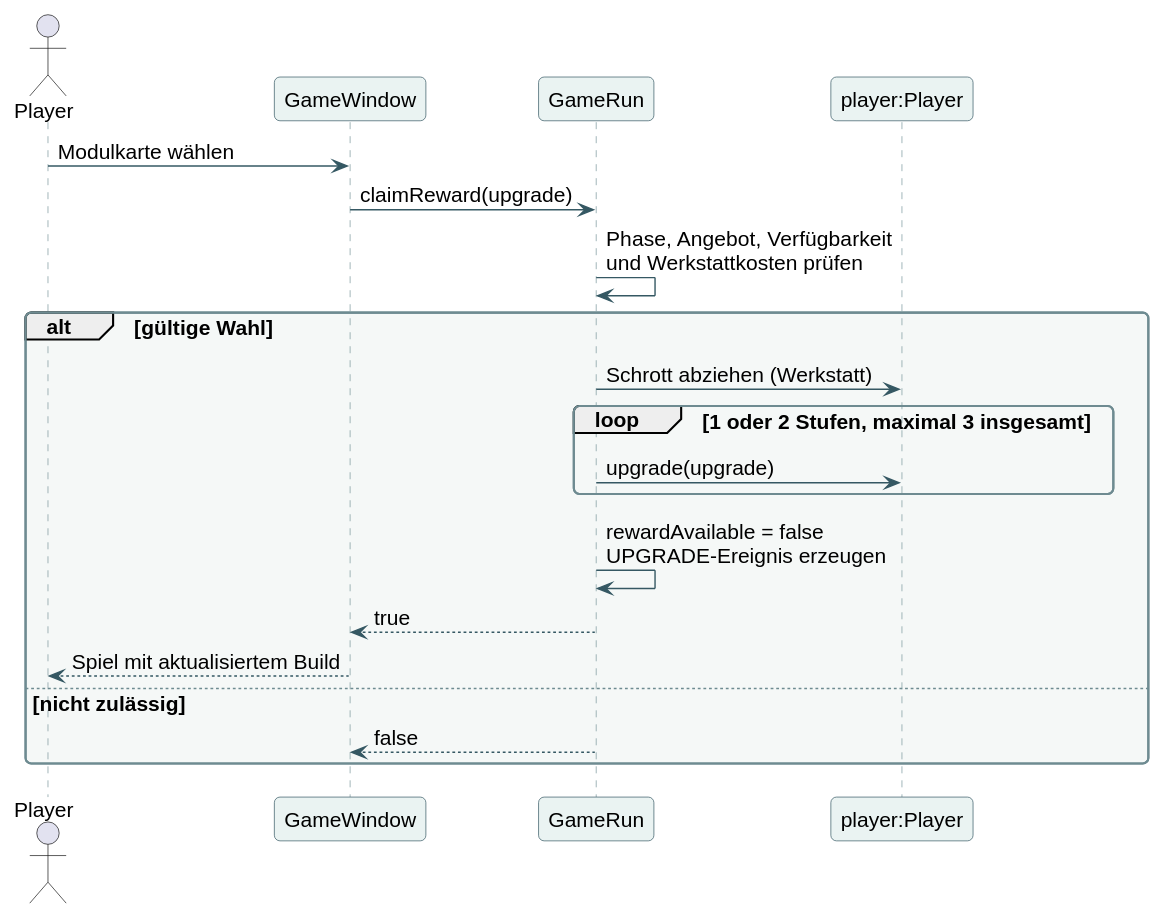
The PlantUML diagram docs/diagrams/08-reward-sequence.svg in bassdav2/abyss, before a commit. The source it was exported from:
```plantuml
@startuml
skinparam backgroundColor #FFFFFF
skinparam defaultFontName Arial
skinparam defaultFontSize 15
skinparam shadowing false
skinparam roundcorner 8
skinparam ArrowColor #355863
skinparam classBackgroundColor #EAF3F2
skinparam classBorderColor #355863
skinparam participantBackgroundColor #EAF3F2
skinparam participantBorderColor #355863
skinparam sequenceLifeLineBorderColor #7A979C
skinparam noteBackgroundColor #FFF2DA
skinparam noteBorderColor #D8AA64
skinparam packageBackgroundColor #F5F8F7
skinparam packageBorderColor #6E8B91
hide empty members
actor Player
participant GameWindow as UI
participant GameRun as Run
participant "player:Player" as Character
Player -> UI : Modulkarte wählen
UI -> Run : claimReward(upgrade)
Run -> Run : Phase, Angebot, Verfügbarkeit\nund Werkstattkosten prüfen
alt gültige Wahl
 Run -> Character : Schrott abziehen (Werkstatt)
 loop 1 oder 2 Stufen, maximal 3 insgesamt
  Run -> Character : upgrade(upgrade)
 end
 Run -> Run : rewardAvailable = false\nUPGRADE-Ereignis erzeugen
 Run --> UI : true
 UI --> Player : Spiel mit aktualisiertem Build
else nicht zulässig
 Run --> UI : false
end
@enduml
```
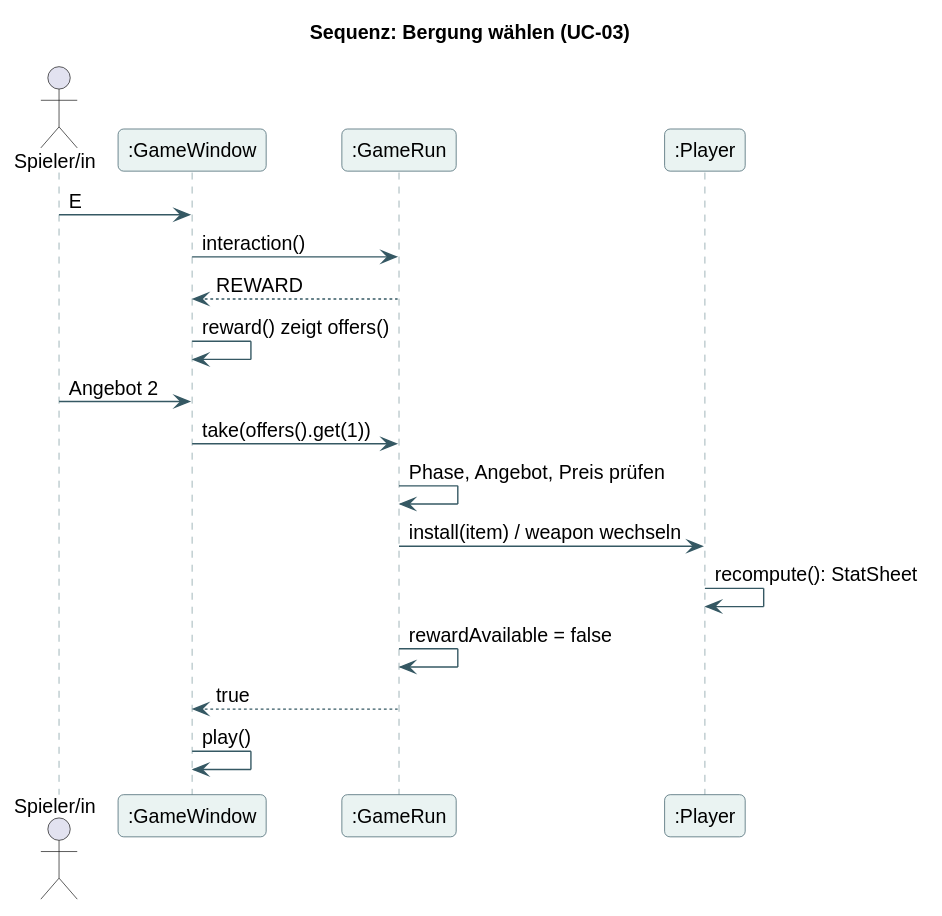
After the change.

What changed in the source:
```diff
@@ -1,7 +1,7 @@
 @startuml
 skinparam backgroundColor #FFFFFF
 skinparam defaultFontName Arial
-skinparam defaultFontSize 15
+skinparam defaultFontSize 14
 skinparam shadowing false
 skinparam roundcorner 8
 skinparam ArrowColor #355863
@@ -14,23 +14,24 @@
 skinparam noteBorderColor #D8AA64
 skinparam packageBackgroundColor #F5F8F7
 skinparam packageBorderColor #6E8B91
+skinparam stateBackgroundColor #EAF3F2
+skinparam stateBorderColor #355863
 hide empty members
-actor Player
-participant GameWindow as UI
-participant GameRun as Run
-participant "player:Player" as Character
-Player -> UI : Modulkarte wählen
-UI -> Run : claimReward(upgrade)
-Run -> Run : Phase, Angebot, Verfügbarkeit\nund Werkstattkosten prüfen
-alt gültige Wahl
- Run -> Character : Schrott abziehen (Werkstatt)
- loop 1 oder 2 Stufen, maximal 3 insgesamt
-  Run -> Character : upgrade(upgrade)
- end
- Run -> Run : rewardAvailable = false\nUPGRADE-Ereignis erzeugen
- Run --> UI : true
- UI --> Player : Spiel mit aktualisiertem Build
-else nicht zulässig
- Run --> UI : false
-end
+title Sequenz: Bergung wählen (UC-03)
+actor "Spieler/in" as P
+participant ":GameWindow" as W
+participant ":GameRun" as R
+participant ":Player" as Pl
+P -> W : E
+W -> R : interaction()
+R --> W : REWARD
+W -> W : reward() zeigt offers()
+P -> W : Angebot 2
+W -> R : take(offers().get(1))
+R -> R : Phase, Angebot, Preis prüfen
+R -> Pl : install(item) / weapon wechseln
+Pl -> Pl : recompute(): StatSheet
+R -> R : rewardAvailable = false
+R --> W : true
+W -> W : play()
 @enduml
```
